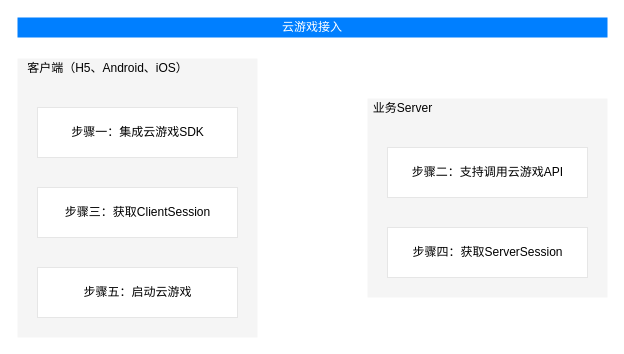
Earlier version of the draw.io diagram 快速入门.drawio (2015302580336/cloud_rendering). Source tidied: cells renumbered, new cells numbered last; positions are measured from the earlier drawing's top-left corner, leaving out a move shared by most shapes. Both pictures are drawn from the tidied source at 100%, with x=0, y=0 at pixel (17, 17).
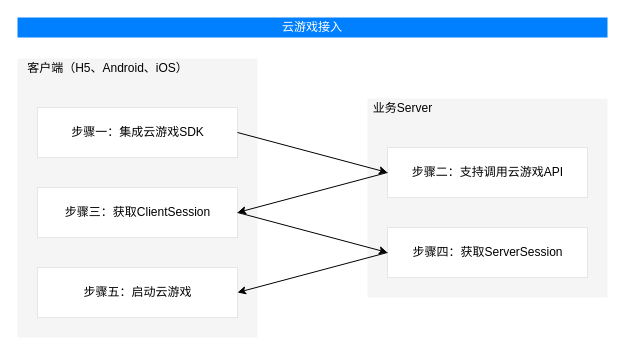
Above is the later version.

Commit message (it also covers changes not shown here):
更新快速入门.drawio

Unchanged cells that the change refers to:
```xml
<mxCell id="8" style="rounded=0;whiteSpace=wrap;html=1;labelBackgroundColor=none;fontColor=#B3B3B3;strokeColor=#E6E6E6;" parent="7" vertex="1">
  <mxGeometry width="200" height="50" as="geometry" />
</mxCell>
<mxCell id="11" style="rounded=0;whiteSpace=wrap;html=1;labelBackgroundColor=none;fontColor=#B3B3B3;strokeColor=#E6E6E6;" parent="10" vertex="1">
  <mxGeometry width="200" height="50" as="geometry" />
</mxCell>
<mxCell id="14" style="rounded=0;whiteSpace=wrap;html=1;labelBackgroundColor=none;fontColor=#B3B3B3;strokeColor=#E6E6E6;" parent="13" vertex="1">
  <mxGeometry width="200" height="50" as="geometry" />
</mxCell>
<mxCell id="17" style="rounded=0;whiteSpace=wrap;html=1;labelBackgroundColor=none;fontColor=#B3B3B3;strokeColor=#E6E6E6;" parent="16" vertex="1">
  <mxGeometry width="200" height="50" as="geometry" />
</mxCell>
<mxCell id="20" style="rounded=0;whiteSpace=wrap;html=1;labelBackgroundColor=none;fontColor=#B3B3B3;strokeColor=#E6E6E6;" parent="19" vertex="1">
  <mxGeometry width="200" height="50" as="geometry" />
</mxCell>
```

What changed in the source:
```diff
@@
+    <mxCell id="22" style="rounded=0;jettySize=auto;html=1;exitX=1;exitY=0.5;exitDx=0;exitDy=0;entryX=0;entryY=0.5;entryDx=0;entryDy=0;" parent="1" edge="1" source="11" target="14">
+      <mxGeometry relative="1" as="geometry" />
+    </mxCell>
+    <mxCell id="23" style="edgeStyle=none;rounded=0;jettySize=auto;html=1;exitX=0;exitY=0.5;exitDx=0;exitDy=0;entryX=1;entryY=0.5;entryDx=0;entryDy=0;" parent="1" edge="1" source="14" target="8">
+      <mxGeometry relative="1" as="geometry" />
+    </mxCell>
+    <mxCell id="24" style="edgeStyle=none;rounded=0;jettySize=auto;html=1;exitX=1;exitY=0.5;exitDx=0;exitDy=0;entryX=0;entryY=0.5;entryDx=0;entryDy=0;" parent="1" edge="1" source="8" target="17">
+      <mxGeometry relative="1" as="geometry" />
+    </mxCell>
+    <mxCell id="25" style="edgeStyle=none;rounded=0;jettySize=auto;html=1;exitX=0;exitY=0.5;exitDx=0;exitDy=0;entryX=1;entryY=0.5;entryDx=0;entryDy=0;" parent="1" edge="1" source="17" target="20">
+      <mxGeometry relative="1" as="geometry" />
+    </mxCell>
```
